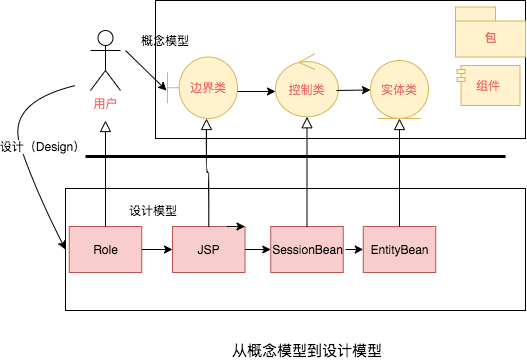
This is 概念模型到设计模型.png from huayonglun/cdn_image001, a draw.io export, as it was before one commit. Source tidied: cells renumbered, new cells last; positions are measured from the earlier drawing's top-left corner, leaving out a move shared by most shapes.
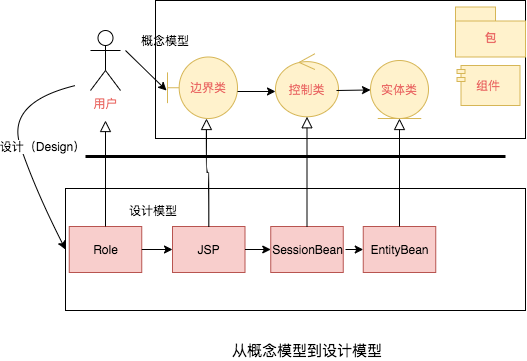
After the change.

Commit message:
更新概念模型到设计模型.png

Diff of the diagram source:
```diff
@@ -101,9 +101,6 @@
     <mxCell id="28" style="edgeStyle=orthogonalEdgeStyle;jettySize=auto;html=1;curved=1;endArrow=block;endFill=0;strokeWidth=1;endSize=9;exitX=0.5;exitY=0;exitDx=0;exitDy=0;entryX=0.557;entryY=1;entryDx=0;entryDy=0;entryPerimeter=0;" parent="1" edge="1" source="22" target="11">
       <mxGeometry relative="1" as="geometry" />
     </mxCell>
-    <mxCell id="29" style="edgeStyle=orthogonalEdgeStyle;rounded=0;orthogonalLoop=1;jettySize=auto;html=1;exitX=0.75;exitY=0;exitDx=0;exitDy=0;entryX=1;entryY=0;entryDx=0;entryDy=0;" parent="1" edge="1" source="22" target="22">
-      <mxGeometry relative="1" as="geometry" />
-    </mxCell>
     <mxCell id="30" style="edgeStyle=orthogonalEdgeStyle;jettySize=auto;html=1;curved=1;endArrow=block;endFill=0;strokeWidth=1;endSize=9;exitX=0.5;exitY=0;exitDx=0;exitDy=0;" parent="1" edge="1" source="23" target="12">
       <mxGeometry relative="1" as="geometry" />
     </mxCell>
```
